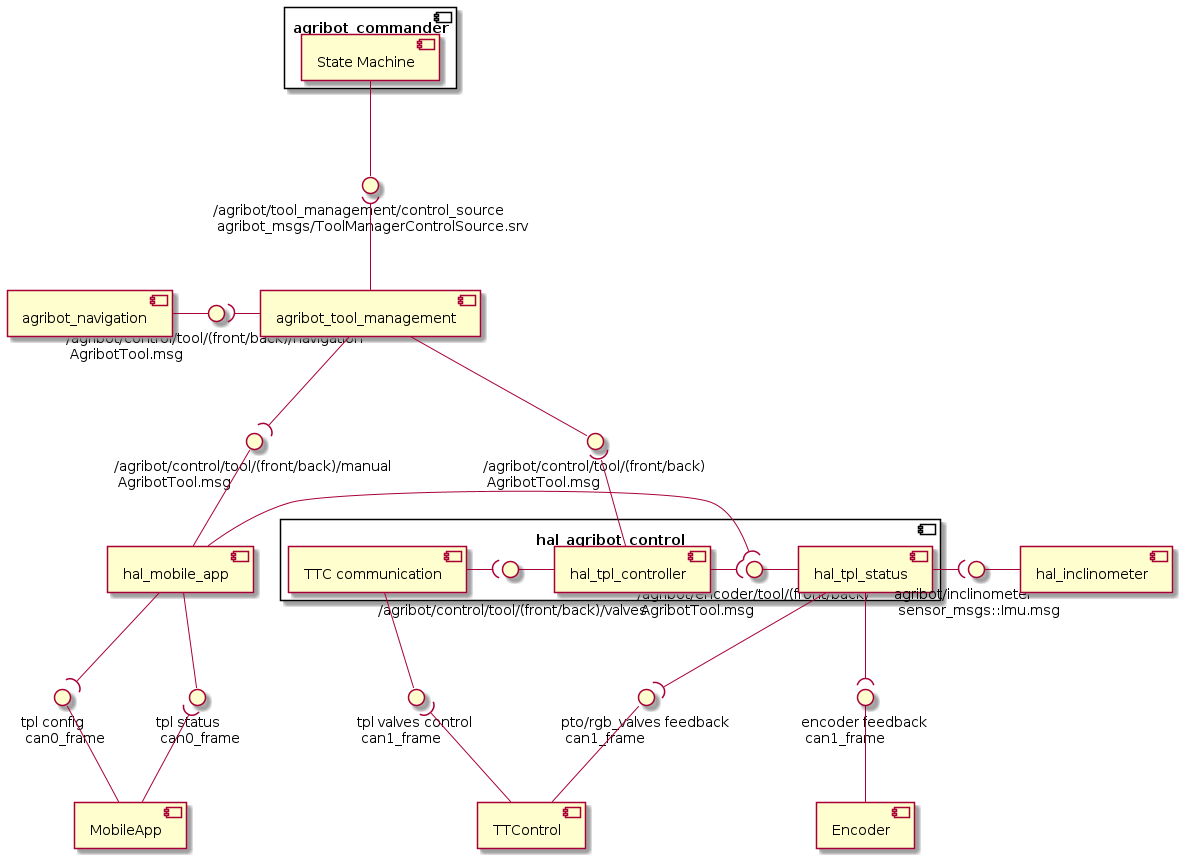
This is doc/tpl_component/tpl_control_component.png from agribot-2-0/agribot_tools_management, a PlantUML export, as it was before one commit.
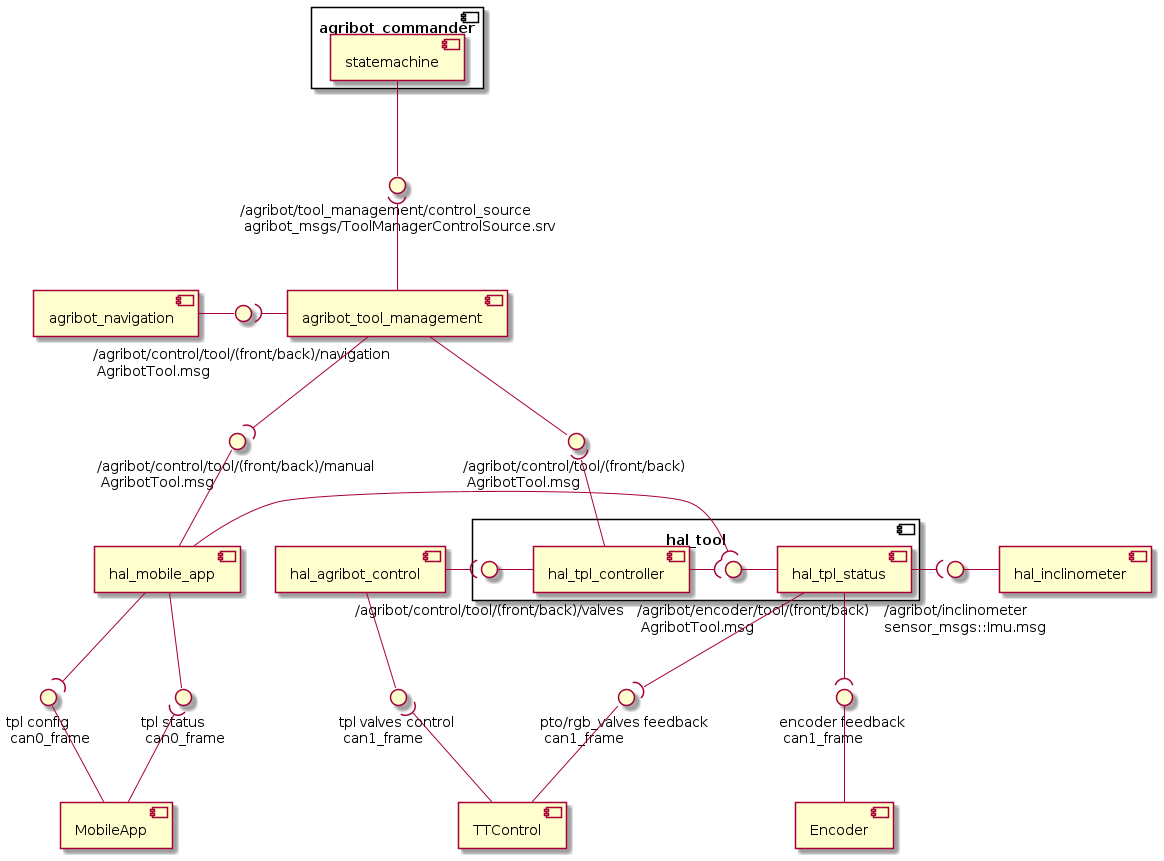
Later version of the same file.

Change to the diagram source:
```diff
@@ -1,84 +1,68 @@
 @startuml
 
-() "/agribot/control/tool/(front/back)/manual \n AgribotTool.msg" as manual_control_tool
-() "/agribot/control/tool/(front/back)/navigation \n AgribotTool.msg" as navi_control_tool
-() "/agribot/control/tool/(front/back) \n AgribotTool.msg" as control_tool
-() "/agribot/tool_management/control_source \n agribot_msgs/ToolManagerControlSource.srv" as control_source
+() "/agribot/control/tool/(front/back)/manual \n AgribotTool.msg" as manual_control_tool_msg
+() "\n/agribot/control/tool/(front/back)/navigation \n AgribotTool.msg" as navi_control_tool_msg
+() "/agribot/control/tool/(front/back) \n AgribotTool.msg" as control_tool_msg
+() "/agribot/tool_management/control_source \n agribot_msgs/ToolManagerControlSource.srv" as control_source_srv
 () "tpl status \n can0_frame" as tpl_status_can0
 () "tpl config \n can0_frame" as tpl_config_can0
 () "encoder feedback \n can1_frame" as tpl_feedback_can1
 () "pto/rgb_valves feedback \n can1_frame" as tpl_valves_feedback_can1
 () "tpl valves control \n can1_frame" as tpl_control_can1
 
-  component agribot_commander {
-    [State Machine] as statemachine
-  }
+component agribot_commander {
+  [statemachine]
+}
 
-  component agribot_tool_management
-  component agribot_navigation
+() "\n     /agribot/inclinometer\n     sensor_msgs::Imu.msg" as hal_inclinometer_msg
 
+component hal_tool {
+  () "\n/agribot/control/tool/(front/back)/valves" as control_valves_msg
+  () "\n           /agribot/encoder/tool/(front/back) \n            AgribotTool.msg" as tool_tpl_status_msg
 
-  () "agribot/inclinometer\n sensor_msgs::Imu.msg" as hal_inclinometer_topic
+  [hal_tpl_status]
+  [hal_tpl_controller]
 
+  [hal_tpl_controller] -( tool_tpl_status_msg
+  tool_tpl_status_msg - [hal_tpl_status]
 
-  component hal_agribot_control {
-    () "\n /agribot/control/tool/(front/back)/valves" as control_valves
-    () "/agribot/encoder/tool/(front/back) \n AgribotTool.msg" as tool_tpl_status
+  control_valves_msg - [hal_tpl_controller]
+}
 
-    [hal_tpl_status] as tpl_status
-    [hal_tpl_controller] as tpl_controller
+[hal_agribot_control] -( control_valves_msg
 
-    tpl_controller -( tool_tpl_status
-    tool_tpl_status - tpl_status
-    [TTC communication] as ttc_communication
+[hal_tpl_status] -( hal_inclinometer_msg
+hal_inclinometer_msg - [hal_inclinometer]
 
-    ttc_communication -( control_valves
-    control_valves - tpl_controller
-  }
+[statemachine] -- control_source_srv
 
-  tpl_status -( hal_inclinometer_topic
-  hal_inclinometer_topic - [hal_inclinometer]
-  component hal_inclinometer
-  component hal_mobile_app
+control_source_srv )-- [agribot_tool_management]
 
+[agribot_navigation] - navi_control_tool_msg
+navi_control_tool_msg )- [agribot_tool_management]
 
+[agribot_tool_management] --( manual_control_tool_msg
+[agribot_tool_management] -- control_tool_msg
 
-  component Encoder
-  component TTControl
-  component MobileApp
+control_tool_msg )-- [hal_tpl_controller]
 
-statemachine -- control_source
+manual_control_tool_msg -- [hal_mobile_app]
 
-control_source )-- [agribot_tool_management]
-
-[agribot_navigation] - navi_control_tool
-navi_control_tool )- [agribot_tool_management]
-
-agribot_tool_management --( manual_control_tool
-agribot_tool_management -- control_tool
-
-
-control_tool )-- tpl_controller
-
-manual_control_tool -- [hal_mobile_app]
-
-
-
-tpl_config_can0 -- MobileApp
+tpl_config_can0 -- [MobileApp]
 
 [hal_mobile_app] -- tpl_status_can0
-tpl_status_can0 )-- MobileApp
+tpl_status_can0 )-- [MobileApp]
 
 [hal_mobile_app] --( tpl_config_can0
-[hal_mobile_app] -( tool_tpl_status
+[hal_mobile_app] -( tool_tpl_status_msg
 
-tpl_status --( tpl_feedback_can1
-tpl_feedback_can1 -- Encoder
+[hal_tpl_status] --( tpl_feedback_can1
+tpl_feedback_can1 -- [Encoder]
 
-tpl_status --( tpl_valves_feedback_can1
-tpl_valves_feedback_can1 -- TTControl
+[hal_tpl_status] --( tpl_valves_feedback_can1
+tpl_valves_feedback_can1 -- [TTControl]
 
-ttc_communication -- tpl_control_can1
-tpl_control_can1 )-- TTControl
+[hal_agribot_control] -- tpl_control_can1
+tpl_control_can1 )-- [TTControl]
 
 @enduml
```
